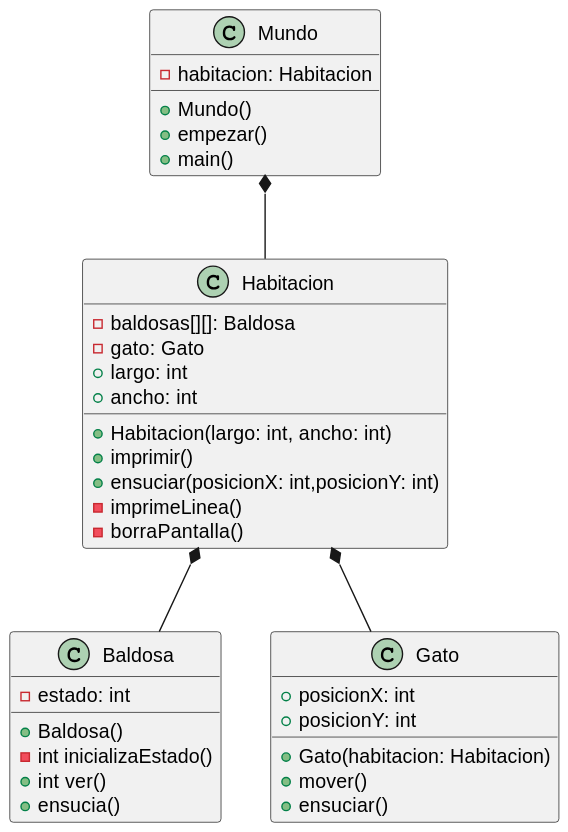
Above: out/modelosUML/diagrama001/diagrama001.svg in mmasias/theWorld (PlantUML), before the change.
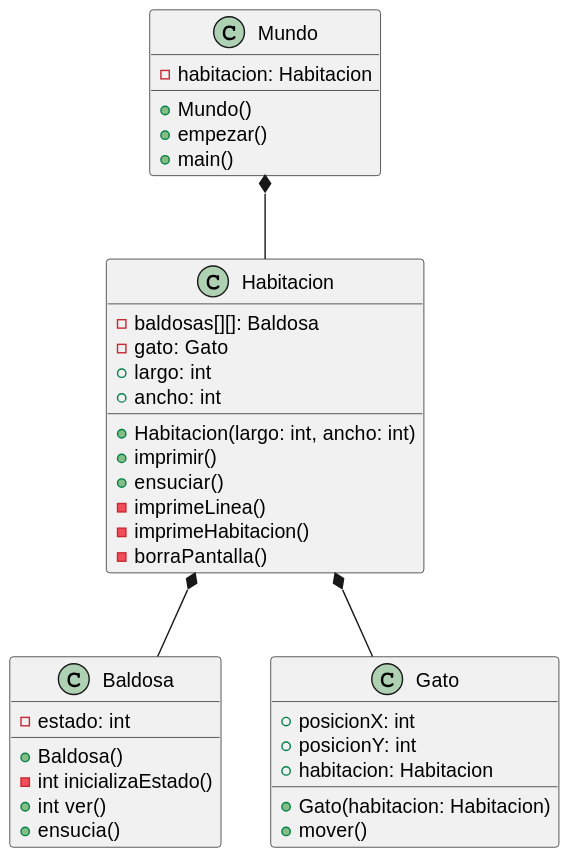
After the commit.

Commit message:
imagen nueva

Diff of the diagram source:
```diff
@@ -14,8 +14,9 @@
     + ancho: int
     + Habitacion(largo: int, ancho: int)
     + imprimir()
-    + ensuciar(posicionX: int,posicionY: int)
+    + ensuciar()
     - imprimeLinea()
+    - imprimeHabitacion()
     - borraPantalla()
 }
 
@@ -30,9 +31,9 @@
 class Gato{
     + posicionX: int
     + posicionY: int
+    + habitacion: Habitacion
     + Gato(habitacion: Habitacion)
     + mover()
-    + ensuciar()
 }
 
 Mundo *-D- Habitacion
```
